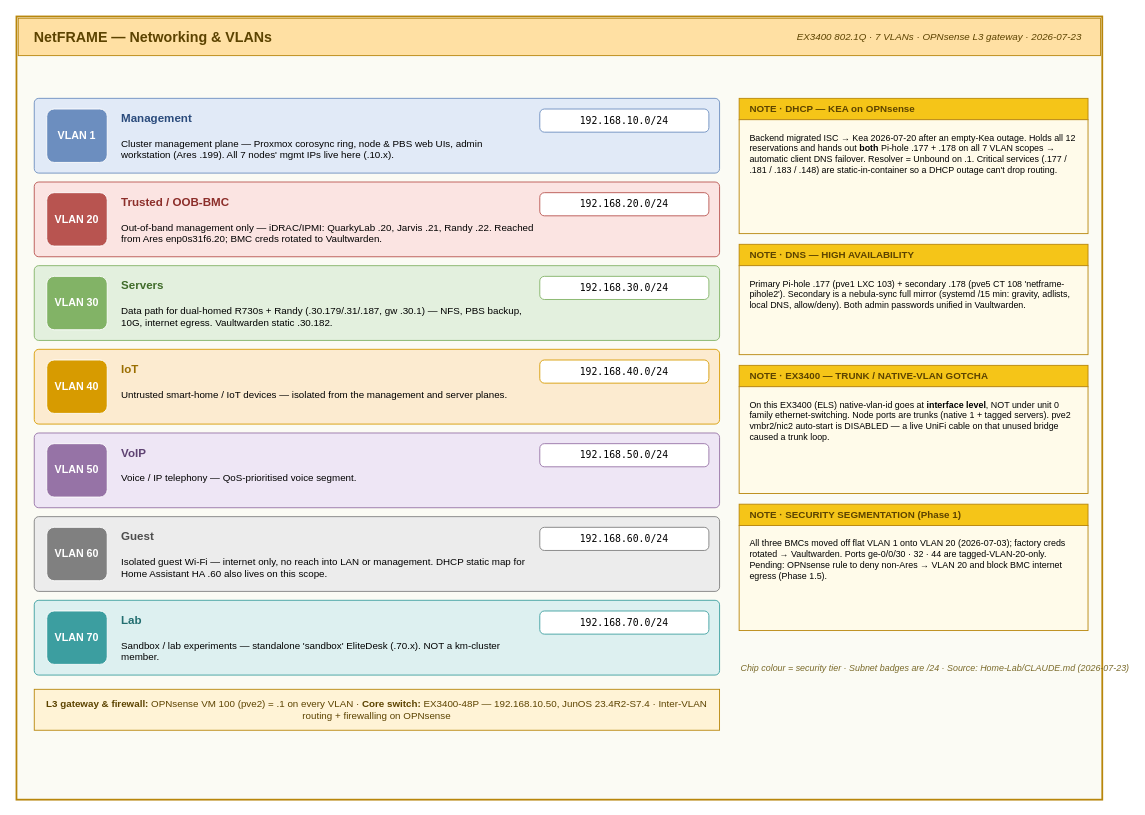
machismo0311/Home-Lab keeps this draw.io diagram as page "Networking & VLANs" (2 of 7) of netframe-architecture-poster.drawio. Above is the earlier version. Source tidied: cells renumbered, new cells numbered last; positions are measured from the earlier drawing's top-left corner, leaving out a move shared by most shapes. Both pictures are drawn from the tidied source at 89%, with x=0, y=0 at pixel (16, 16).
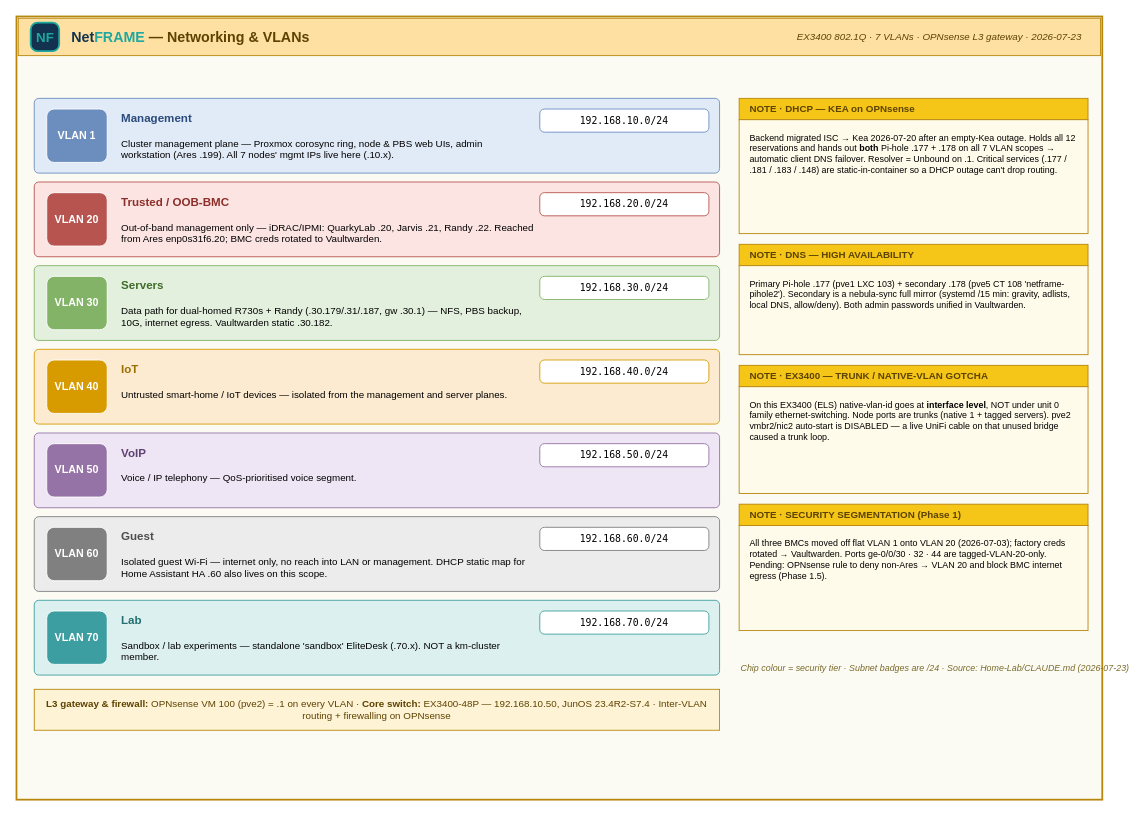
Above is the later version.

Commit message (it also covers changes not shown here):
Add NetFRAME logo lockup to poster title bars + data-center hero image

The edit, as a diff of the source:
```diff
@@
-    <mxCell id="3" value="NetFRAME  —  Networking &amp; VLANs" style="text;html=1;fillColor=#FFE0A3;strokeColor=#B8860B;fontStyle=1;fontSize=16;align=left;verticalAlign=middle;spacingLeft=16;fontColor=#5C4300;" parent="1" vertex="1">
+    <mxCell id="3" value="&lt;b&gt;&lt;font color=&quot;#12324F&quot;&gt;Net&lt;/font&gt;&lt;font color=&quot;#1FA89F&quot;&gt;FRAME&lt;/font&gt;&lt;/b&gt;  —  Networking &amp; VLANs" style="text;html=1;fillColor=#FFE0A3;strokeColor=#B8860B;fontStyle=1;fontSize=16;align=left;verticalAlign=middle;spacingLeft=58;fontColor=#5C4300;" parent="1" vertex="1">
       <mxGeometry x="2" y="2" width="1216" height="42" as="geometry" />
     </mxCell>
+    <mxCell id="50" style="rounded=1;arcSize=24;whiteSpace=wrap;html=1;fillColor=#12324F;strokeColor=#1FA89F;strokeWidth=2;" parent="1" vertex="1">
+      <mxGeometry x="16" y="7" width="32" height="32" as="geometry" />
+    </mxCell>
+    <mxCell id="51" value="NF" style="text;html=1;fillColor=none;strokeColor=none;fontColor=#1FA89F;fontStyle=1;fontSize=15;align=center;verticalAlign=middle;" parent="1" vertex="1">
+      <mxGeometry x="16" y="7" width="32" height="32" as="geometry" />
+    </mxCell>
```
